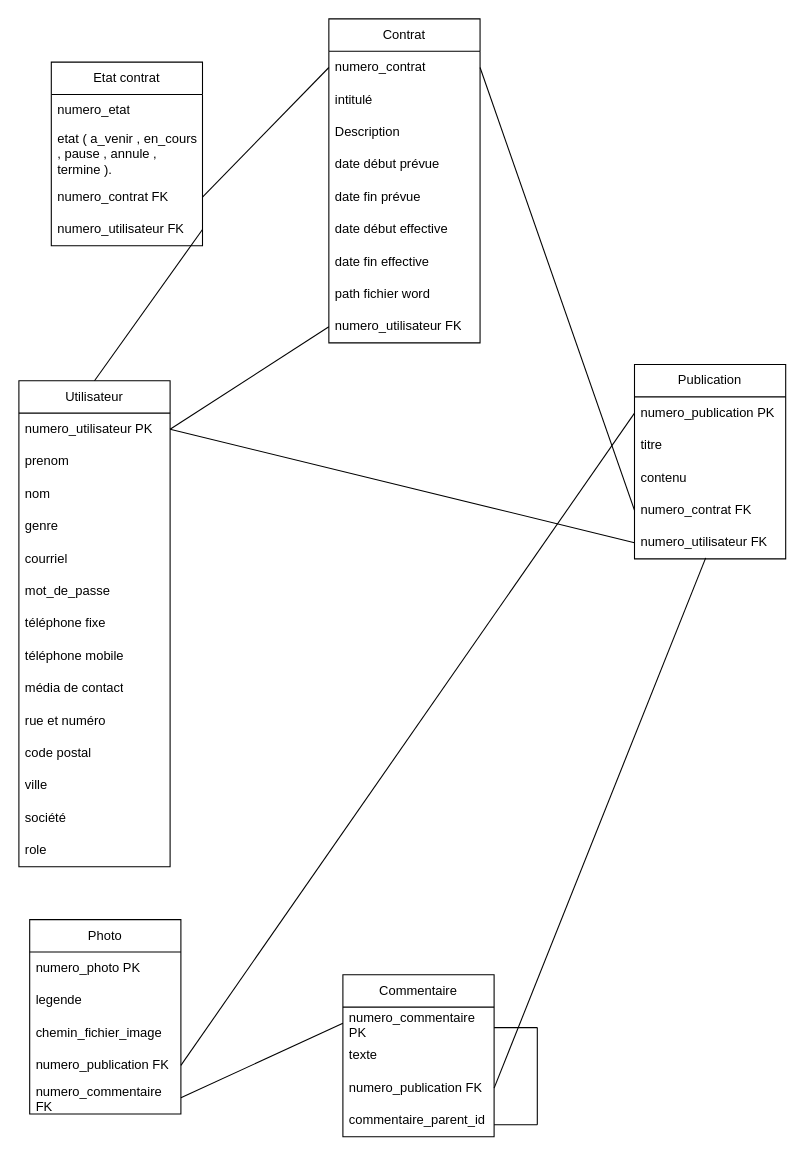
Earlier version of the draw.io diagram MLD.drawio (Georges-github/Stage_chez_CLO). Source tidied: cells renumbered, new cells numbered last; positions are measured from the earlier drawing's top-left corner, leaving out a move shared by most shapes. Both pictures are drawn from the tidied source at 108%, with x=0, y=0 at pixel (18, 18).
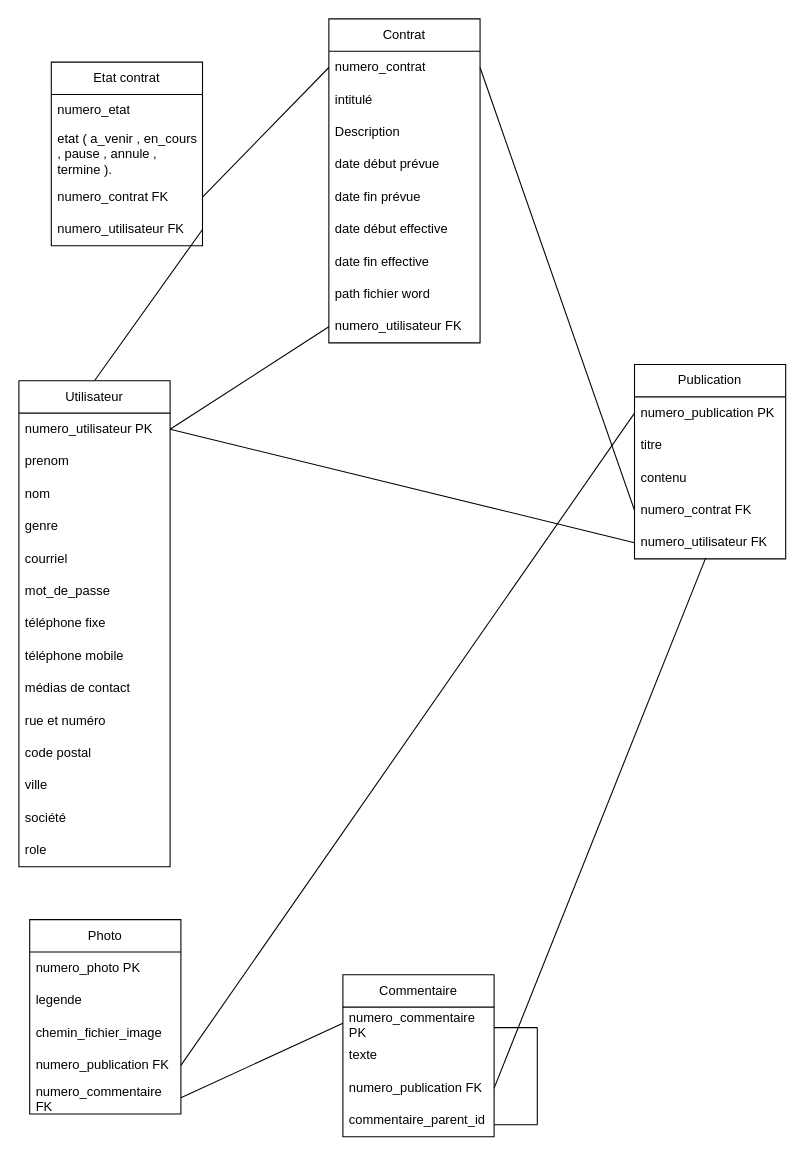
The same diagram, later.

Unchanged cells that the change refers to:
```xml
<mxCell id="2" value="Utilisateur" style="swimlane;fontStyle=0;horizontal=1;startSize=30;whiteSpace=wrap;html=1;" parent="1" vertex="1">
  <mxGeometry y="335" width="140" height="450" as="geometry" />
</mxCell>
```

Change to the diagram source:
```diff
@@
-    <mxCell id="11" value="média de contact" style="text;strokeColor=none;fillColor=none;align=left;verticalAlign=middle;spacingLeft=4;spacingRight=4;overflow=hidden;whiteSpace=wrap;html=1;" parent="2" vertex="1">
+    <mxCell id="11" value="médias de contact" style="text;strokeColor=none;fillColor=none;align=left;verticalAlign=middle;spacingLeft=4;spacingRight=4;overflow=hidden;whiteSpace=wrap;html=1;" parent="2" vertex="1">
       <mxGeometry y="270" width="140" height="30" as="geometry" />
     </mxCell>
```
